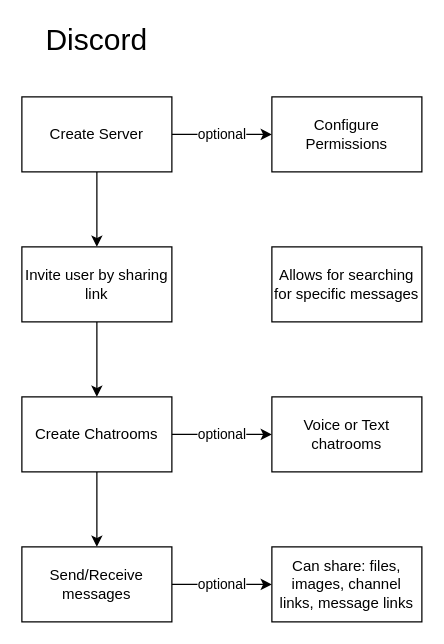
Gryfin123/diagrams_with_no_context keeps this draw.io diagram as internship_s8/chat_flow_diagrams.drawio. Above is the earlier version. Source tidied: cells renumbered, new cells numbered last; positions are measured from the earlier drawing's top-left corner, leaving out a move shared by most shapes. Both pictures are drawn from the tidied source at 125%, with x=0, y=0 at pixel (21, 21).
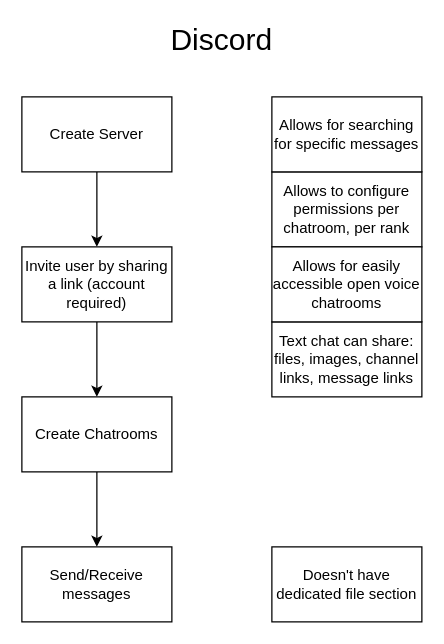
Above is the later version.

What changed in the source:
```diff
@@
 <mxGraphModel>
   <root>
     <mxCell id="0" />
     <mxCell id="1" parent="0" />
     <mxCell id="2" style="edgeStyle=orthogonalEdgeStyle;rounded=0;jettySize=auto;html=1;" parent="1" edge="1" source="4" target="7">
       <mxGeometry relative="1" as="geometry" />
     </mxCell>
-    <mxCell id="3" value="optional" style="edgeStyle=orthogonalEdgeStyle;rounded=0;jettySize=auto;html=1;" parent="1" edge="1" source="4" target="13">
-      <mxGeometry relative="1" as="geometry" />
-    </mxCell>
     <mxCell id="4" value="Create Server" style="rounded=0;whiteSpace=wrap;html=1;" parent="1" vertex="1">
       <mxGeometry y="60" width="120" height="60" as="geometry" />
     </mxCell>
     <mxCell id="5" value="&lt;font style=&quot;font-size: 24px;&quot;&gt;Discord&lt;/font&gt;" style="text;html=1;align=center;verticalAlign=middle;whiteSpace=wrap;rounded=0;" parent="1" vertex="1">
-      <mxGeometry x="30" width="60" height="30" as="geometry" />
+      <mxGeometry x="130" width="60" height="30" as="geometry" />
     </mxCell>
     <mxCell id="6" style="edgeStyle=orthogonalEdgeStyle;rounded=0;jettySize=auto;html=1;" parent="1" edge="1" source="7" target="10">
       <mxGeometry relative="1" as="geometry" />
     </mxCell>
-    <mxCell id="7" value="Invite user by sharing link" style="rounded=0;whiteSpace=wrap;html=1;" parent="1" vertex="1">
+    <mxCell id="7" value="Invite user by sharing a link (account required)" style="rounded=0;whiteSpace=wrap;html=1;" parent="1" vertex="1">
       <mxGeometry y="180" width="120" height="60" as="geometry" />
     </mxCell>
     <mxCell id="8" style="edgeStyle=orthogonalEdgeStyle;rounded=0;jettySize=auto;html=1;" parent="1" edge="1" source="10" target="12">
       <mxGeometry relative="1" as="geometry" />
     </mxCell>
-    <mxCell id="9" value="optional" style="edgeStyle=orthogonalEdgeStyle;rounded=0;orthogonalLoop=1;jettySize=auto;html=1;" parent="1" edge="1">
-      <mxGeometry relative="1" as="geometry">
-        <mxPoint x="120" y="330" as="sourcePoint" />
-        <mxPoint x="200" y="330" as="targetPoint" />
-      </mxGeometry>
-    </mxCell>
     <mxCell id="10" value="Create Chatrooms" style="rounded=0;whiteSpace=wrap;html=1;" parent="1" vertex="1">
       <mxGeometry y="300" width="120" height="60" as="geometry" />
     </mxCell>
-    <mxCell id="11" value="optional" style="edgeStyle=orthogonalEdgeStyle;rounded=0;jettySize=auto;html=1;" parent="1" edge="1" source="12" target="14">
-      <mxGeometry relative="1" as="geometry" />
-    </mxCell>
     <mxCell id="12" value="Send/Receive messages" style="rounded=0;whiteSpace=wrap;html=1;" parent="1" vertex="1">
       <mxGeometry y="420" width="120" height="60" as="geometry" />
     </mxCell>
-    <mxCell id="13" value="Configure Permissions" style="rounded=0;whiteSpace=wrap;html=1;" parent="1" vertex="1">
-      <mxGeometry x="200" y="60" width="120" height="60" as="geometry" />
+    <mxCell id="13" value="Allows to configure permissions per chatroom, per rank" style="rounded=0;whiteSpace=wrap;html=1;" parent="1" vertex="1">
+      <mxGeometry x="200" y="120" width="120" height="60" as="geometry" />
     </mxCell>
-    <mxCell id="14" value="Can share: files, images, channel links, message links" style="rounded=0;whiteSpace=wrap;html=1;" parent="1" vertex="1">
-      <mxGeometry x="200" y="420" width="120" height="60" as="geometry" />
+    <mxCell id="14" value="Text chat can share: files, images, channel links, message links" style="rounded=0;whiteSpace=wrap;html=1;" parent="1" vertex="1">
+      <mxGeometry x="200" y="240" width="120" height="60" as="geometry" />
     </mxCell>
-    <mxCell id="15" value="Voice or Text chatrooms" style="rounded=0;whiteSpace=wrap;html=1;" parent="1" vertex="1">
-      <mxGeometry x="200" y="300" width="120" height="60" as="geometry" />
+    <mxCell id="15" value="Allows for easily accessible open voice chatrooms" style="rounded=0;whiteSpace=wrap;html=1;" parent="1" vertex="1">
+      <mxGeometry x="200" y="180" width="120" height="60" as="geometry" />
     </mxCell>
     <mxCell id="16" value="Allows for searching for specific messages" style="rounded=0;whiteSpace=wrap;html=1;" parent="1" vertex="1">
-      <mxGeometry x="200" y="180" width="120" height="60" as="geometry" />
+      <mxGeometry x="200" y="60" width="120" height="60" as="geometry" />
     </mxCell>
+    <mxCell id="17" value="Doesn't have dedicated file section" style="rounded=0;whiteSpace=wrap;html=1;" parent="1" vertex="1">
+      <mxGeometry x="200" y="420" width="120" height="60" as="geometry" />
+    </mxCell>
   </root>
 </mxGraphModel>
```
